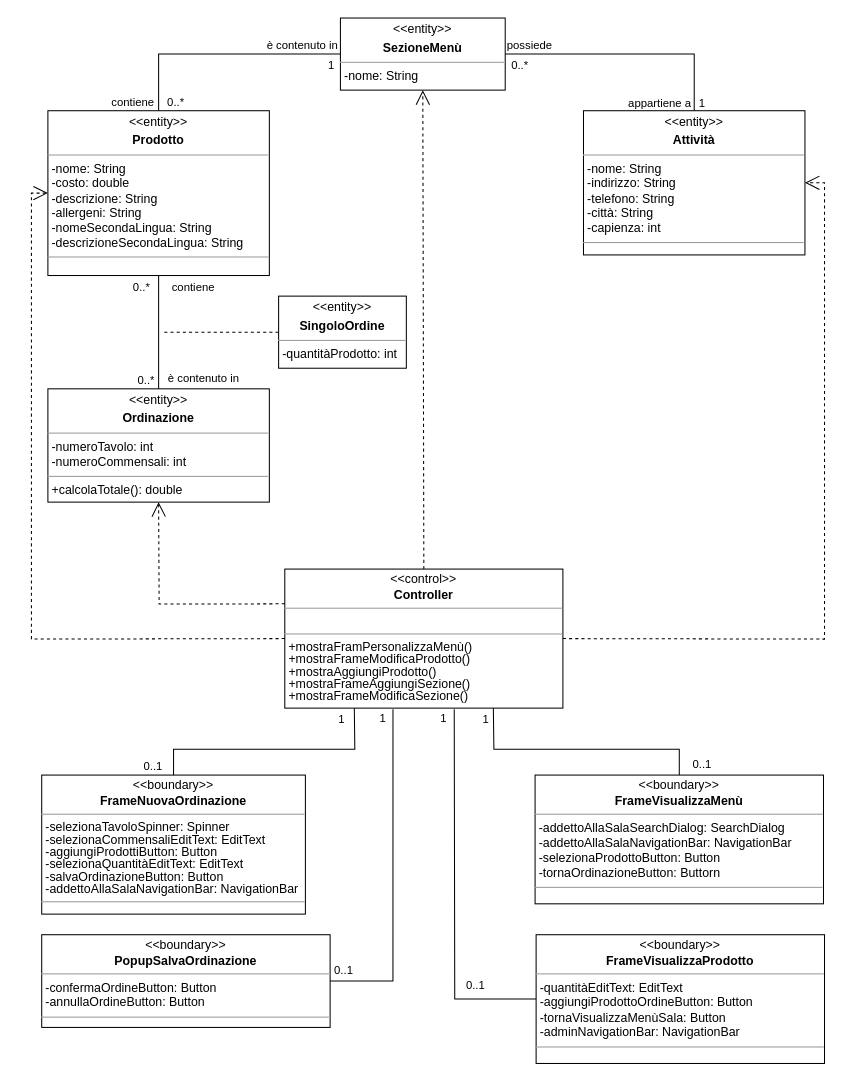
Above: Documentazione/Class Diagram/Analisi/drawio/Analysis Class Diagram - Registra Ordinazione.drawio in vittorioruggiero/Progetto-IngSw (draw.io), before the change. Source tidied: cells renumbered, new cells numbered last; positions are measured from the earlier drawing's top-left corner, leaving out a move shared by most shapes. Both pictures are drawn from the tidied source at 103%, with x=0, y=0 at pixel (31, 18).
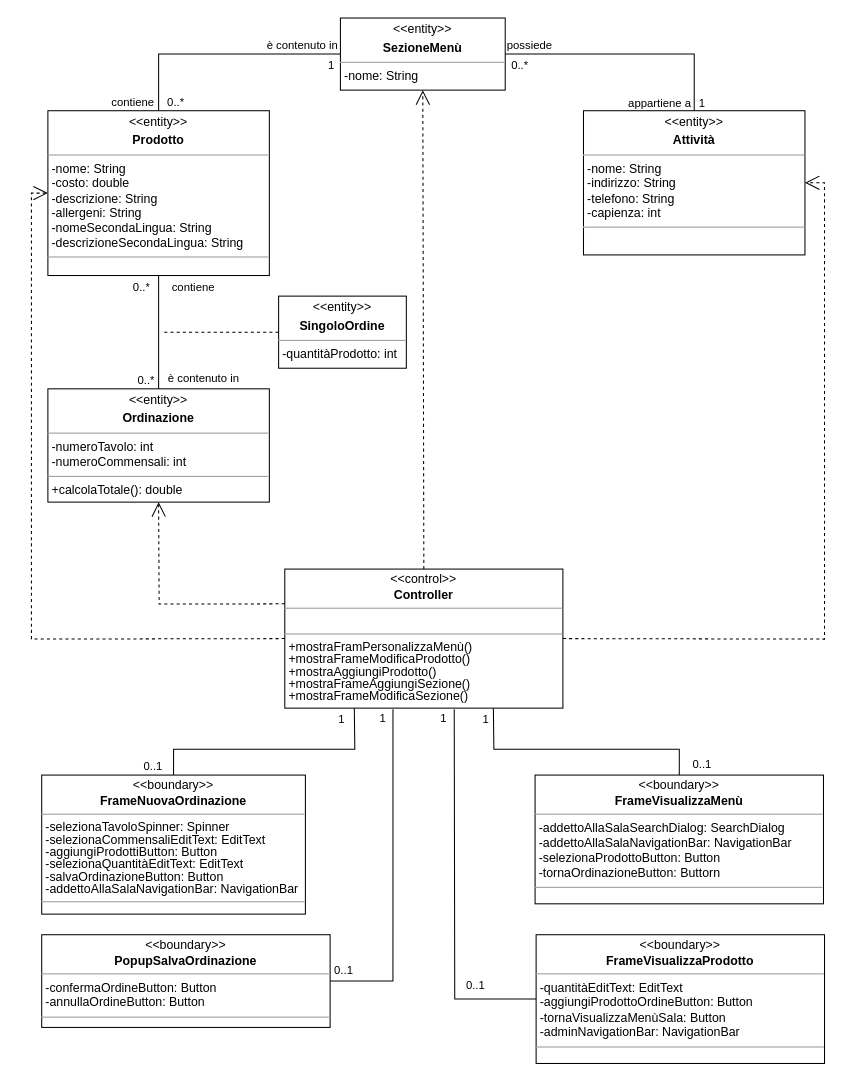
Above is the later version.

Commit message (it also covers changes not shown here):
piccole modifiche class diagram

What changed in the source:
```diff
@@
-    <mxCell id="20" value="&lt;p style=&quot;margin:0px;margin-top:4px;text-align:center;&quot;&gt;&amp;lt;&amp;lt;entity&amp;gt;&amp;gt;&lt;/p&gt;&lt;p style=&quot;margin:0px;margin-top:4px;text-align:center;&quot;&gt;&lt;b&gt;Attività&lt;/b&gt;&lt;/p&gt;&lt;hr size=&quot;1&quot;&gt;&lt;p style=&quot;margin:0px;margin-left:4px;&quot;&gt;-nome: String&lt;br&gt;&lt;/p&gt;&lt;p style=&quot;margin:0px;margin-left:4px;&quot;&gt;-indirizzo: String&lt;/p&gt;&lt;p style=&quot;margin:0px;margin-left:4px;&quot;&gt;-telefono: String&lt;/p&gt;&lt;p style=&quot;margin:0px;margin-left:4px;&quot;&gt;-città: String&lt;/p&gt;&lt;p style=&quot;margin:0px;margin-left:4px;&quot;&gt;-capienza: int&lt;/p&gt;&lt;hr size=&quot;1&quot;&gt;&lt;p style=&quot;margin:0px;margin-left:4px;&quot;&gt;&lt;br&gt;&lt;/p&gt;" style="verticalAlign=top;align=left;overflow=fill;fontSize=12;fontFamily=Helvetica;html=1;" parent="1" vertex="1">
+    <mxCell id="20" value="&lt;p style=&quot;margin:0px;margin-top:4px;text-align:center;&quot;&gt;&amp;lt;&amp;lt;entity&amp;gt;&amp;gt;&lt;/p&gt;&lt;p style=&quot;margin:0px;margin-top:4px;text-align:center;&quot;&gt;&lt;b&gt;Attività&lt;/b&gt;&lt;/p&gt;&lt;hr size=&quot;1&quot;&gt;&lt;p style=&quot;margin:0px;margin-left:4px;&quot;&gt;-nome: String&lt;br&gt;&lt;/p&gt;&lt;p style=&quot;margin:0px;margin-left:4px;&quot;&gt;-indirizzo: String&lt;/p&gt;&lt;p style=&quot;margin:0px;margin-left:4px;&quot;&gt;-telefono: String&lt;/p&gt;&lt;p style=&quot;margin:0px;margin-left:4px;&quot;&gt;&lt;span style=&quot;background-color: initial;&quot;&gt;-capienza: int&lt;/span&gt;&lt;br&gt;&lt;/p&gt;&lt;hr size=&quot;1&quot;&gt;&lt;p style=&quot;margin:0px;margin-left:4px;&quot;&gt;&lt;br&gt;&lt;/p&gt;" style="verticalAlign=top;align=left;overflow=fill;fontSize=12;fontFamily=Helvetica;html=1;" parent="1" vertex="1">
       <mxGeometry x="536" y="90" width="215" height="140" as="geometry" />
     </mxCell>
```
